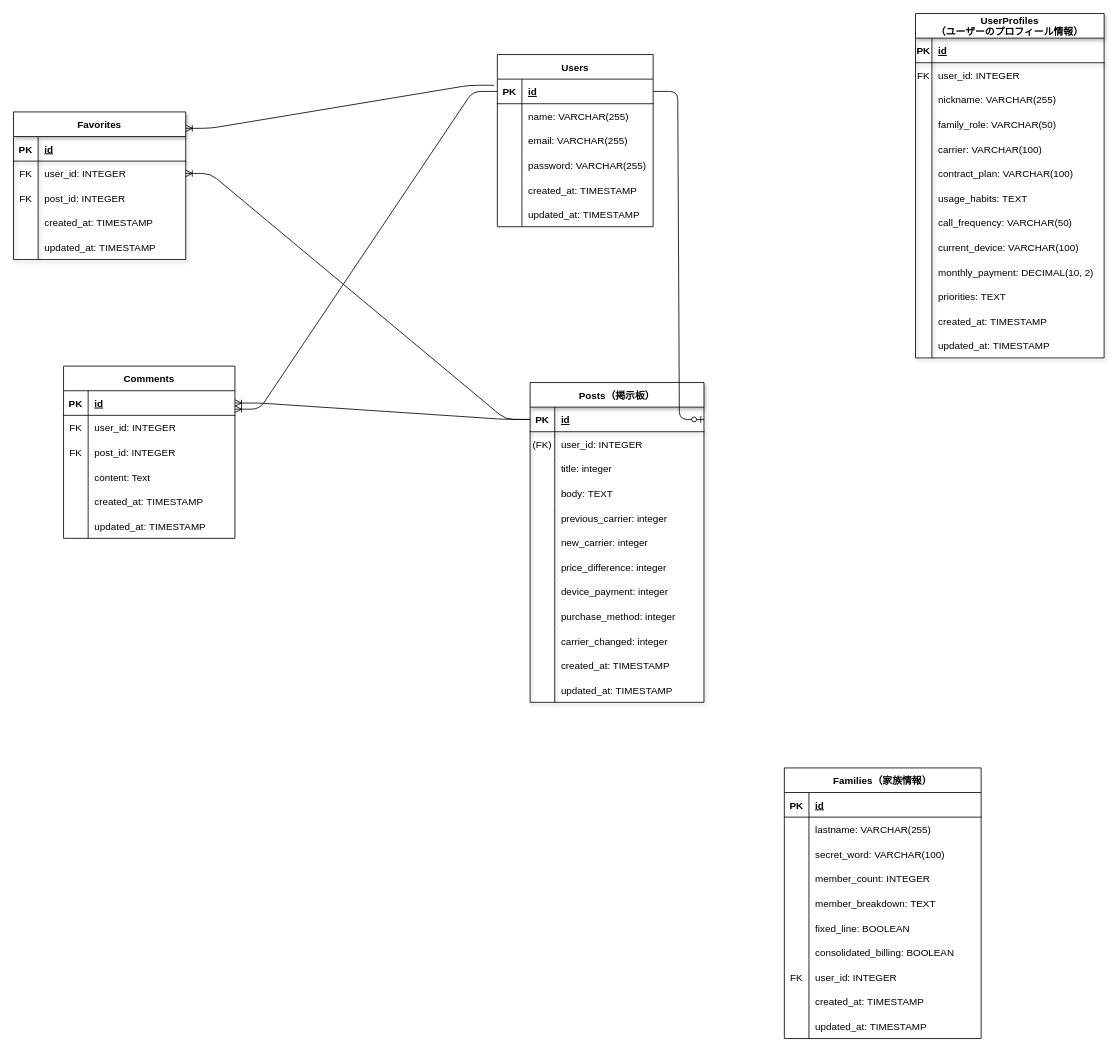
Earlier version of the draw.io diagram ER.drawio (nosuke1024/tonaritsushin). Source tidied: cells renumbered, new cells numbered last; positions are measured from the earlier drawing's top-left corner, leaving out a move shared by most shapes. Both pictures are drawn from the tidied source at 82%, with x=0, y=0 at pixel (13, 13).
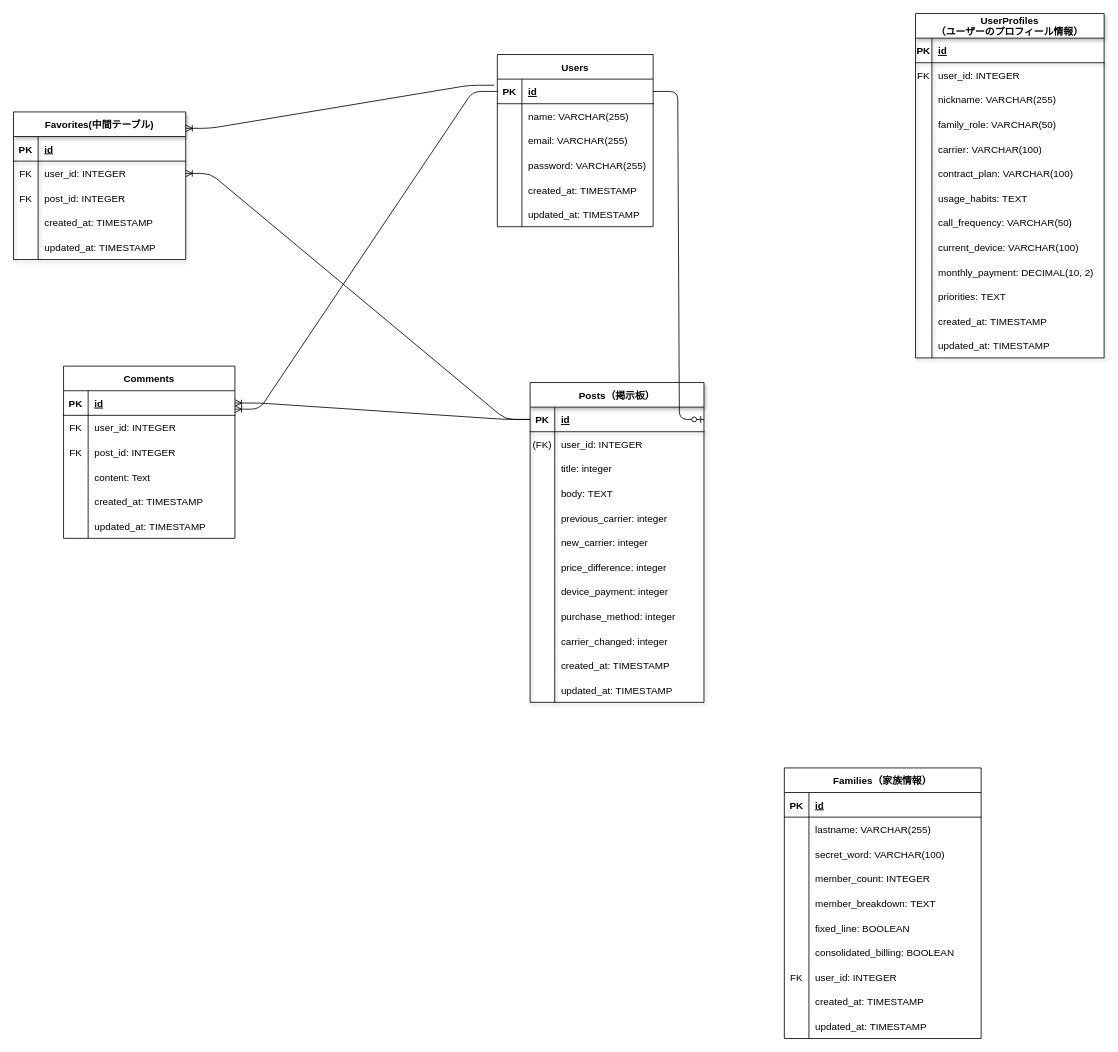
The same diagram, later.

Diff of the diagram source:
```diff
@@
-    <mxCell id="110" value="Favorites" style="shape=table;startSize=30;childLayout=tableLayout;rowLines=0;fontStyle=1;align=center;shadow=1;" parent="1" vertex="1">
+    <mxCell id="110" value="Favorites(中間テーブル)" style="shape=table;startSize=30;childLayout=tableLayout;rowLines=0;fontStyle=1;align=center;shadow=1;" parent="1" vertex="1">
       <mxGeometry y="120" width="210" height="180" as="geometry" />
     </mxCell>
```
